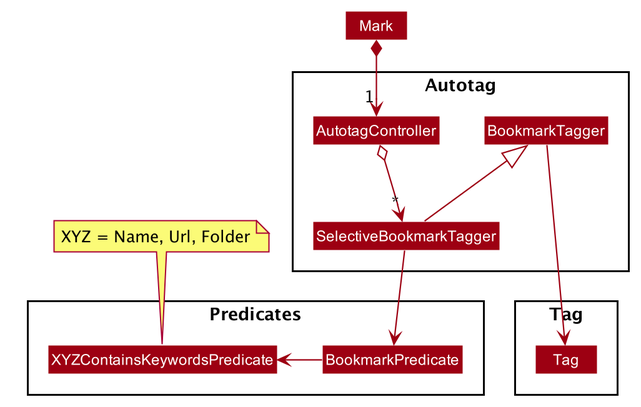
Earlier version of the PlantUML export docs/images/AutotagPackageClassDiagram.png (nus-cs2103-AY1920S1/addressbook-level3).
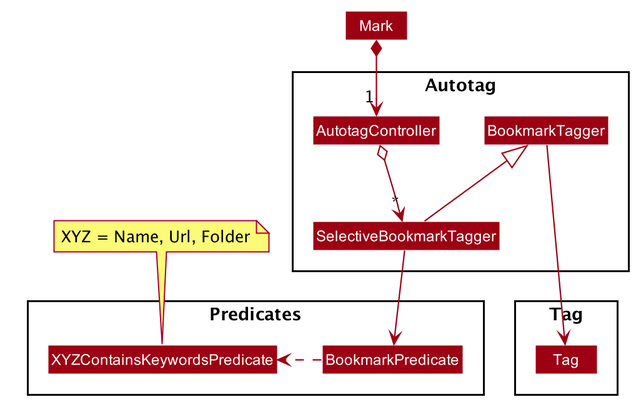
After the commit.

Commit message:
Update: Autotag implementation in DevGuide

What changed in the source:
```diff
@@ -73,7 +73,7 @@
 
 BookmarkTagger -down--> Tag
 SelectiveBookmarkTagger -down-> BookmarkPredicate
-BookmarkPredicate -down> XYZContainsKeywordsPredicate
+BookmarkPredicate .down> XYZContainsKeywordsPredicate
 note top of XYZContainsKeywordsPredicate : XYZ = Name, Url, Folder
 
 @enduml
```
